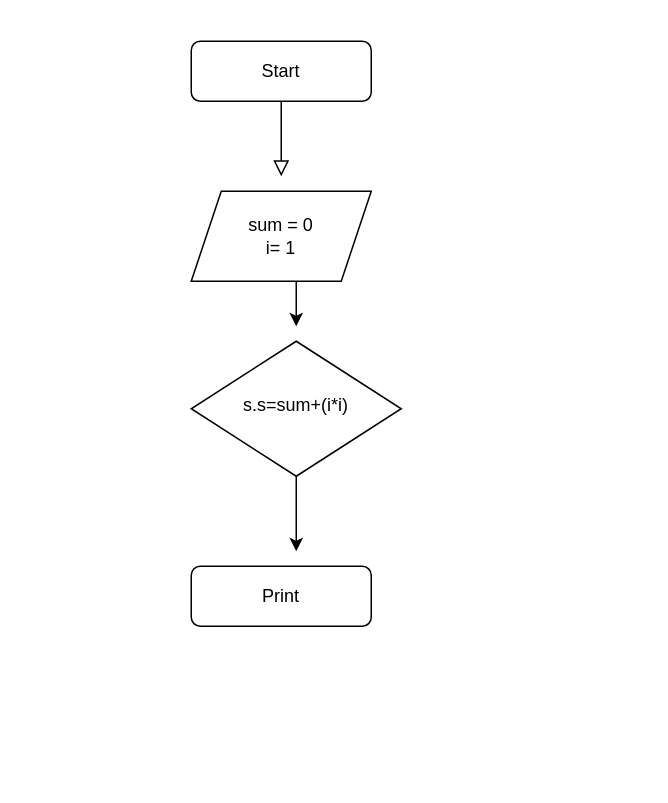
Above: Untitled Diagram.drawio in shakl/django (draw.io), before the change. Source tidied: cells renumbered, new cells numbered last; positions are measured from the earlier drawing's top-left corner, leaving out a move shared by most shapes. Both pictures are drawn from the tidied source at 150%, with x=0, y=0 at pixel (190, 40).
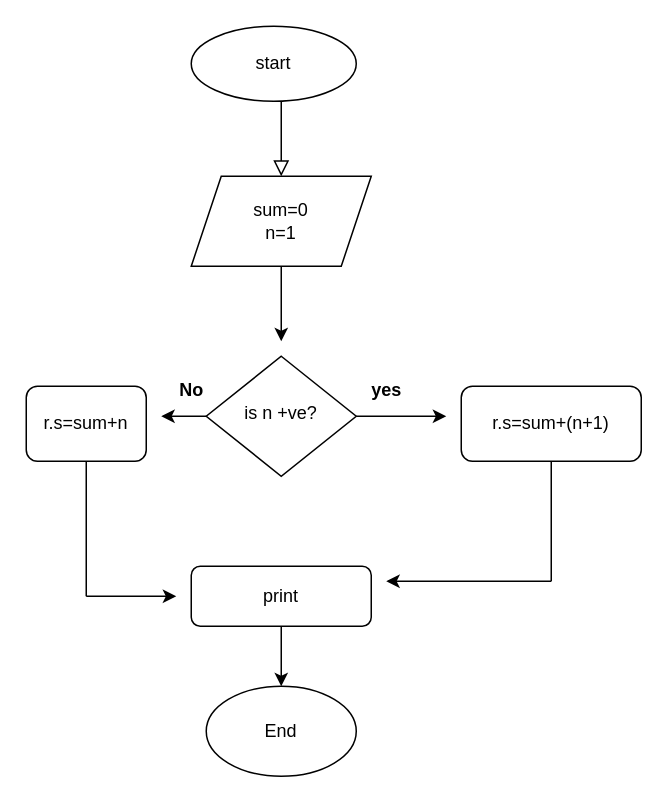
The same diagram, later.

The edit, as a diff of the source:
```diff
@@
-    <mxCell id="2" style="rounded=0;html=1;jettySize=auto;fontSize=11;endArrow=block;endFill=0;endSize=8;strokeWidth=1;shadow=0;labelBackgroundColor=none;edgeStyle=orthogonalEdgeStyle;" parent="1" edge="1" source="3">
+    <mxCell id="2" style="rounded=0;html=1;jettySize=auto;orthogonalLoop=1;fontSize=11;endArrow=block;endFill=0;endSize=8;strokeWidth=1;shadow=0;labelBackgroundColor=none;edgeStyle=orthogonalEdgeStyle;" parent="1" edge="1">
       <mxGeometry relative="1" as="geometry">
+        <mxPoint x="60" y="40" as="sourcePoint" />
         <mxPoint x="60" y="90" as="targetPoint" />
       </mxGeometry>
     </mxCell>
-    <mxCell id="3" value="Start" style="rounded=1;whiteSpace=wrap;html=1;fontSize=12;glass=0;strokeWidth=1;shadow=0;" parent="1" vertex="1">
-      <mxGeometry width="120" height="40" as="geometry" />
-    </mxCell>
-    <mxCell id="4" value="s.s=sum+(i*i)" style="rhombus;whiteSpace=wrap;html=1;shadow=0;fontFamily=Helvetica;fontSize=12;align=center;strokeWidth=1;spacing=6;spacingTop=-4;" parent="1" vertex="1">
-      <mxGeometry y="200" width="140" height="90" as="geometry" />
+    <mxCell id="4" value="is n +ve?" style="rhombus;whiteSpace=wrap;html=1;shadow=0;fontFamily=Helvetica;fontSize=12;align=center;strokeWidth=1;spacing=6;spacingTop=-4;" parent="1" vertex="1">
+      <mxGeometry x="10" y="210" width="100" height="80" as="geometry" />
     </mxCell>
-    <mxCell id="5" value="Print" style="rounded=1;whiteSpace=wrap;html=1;fontSize=12;glass=0;strokeWidth=1;shadow=0;" parent="1" vertex="1">
+    <mxCell id="5" value="print" style="rounded=1;whiteSpace=wrap;html=1;fontSize=12;glass=0;strokeWidth=1;shadow=0;" parent="1" vertex="1">
       <mxGeometry y="350" width="120" height="40" as="geometry" />
     </mxCell>
-    <mxCell id="6" value="sum = 0&lt;br&gt;i= 1" style="shape=parallelogram;perimeter=parallelogramPerimeter;whiteSpace=wrap;html=1;fixedSize=1;" parent="1" vertex="1">
-      <mxGeometry y="100" width="120" height="60" as="geometry" />
-    </mxCell>
-    <mxCell id="7" style="endArrow=classic;html=1;rounded=0;" parent="1" edge="1">
-      <mxGeometry relative="1" as="geometry">
-        <mxPoint x="70" y="290" as="sourcePoint" />
-        <mxPoint x="70" y="340" as="targetPoint" />
-      </mxGeometry>
-    </mxCell>
-    <mxCell id="8" style="endArrow=classic;html=1;rounded=0;" parent="1" edge="1">
-      <mxGeometry relative="1" as="geometry">
-        <mxPoint x="70" y="160" as="sourcePoint" />
-        <mxPoint x="70" y="190" as="targetPoint" />
-      </mxGeometry>
-    </mxCell>
+    <mxCell id="9" value="start" style="ellipse;whiteSpace=wrap;html=1;" parent="1" vertex="1">
+      <mxGeometry y="-10" width="110" height="50" as="geometry" />
+    </mxCell>
+    <mxCell id="10" value="sum=0&lt;br&gt;n=1" style="shape=parallelogram;perimeter=parallelogramPerimeter;whiteSpace=wrap;html=1;fixedSize=1;" parent="1" vertex="1">
+      <mxGeometry y="90" width="120" height="60" as="geometry" />
+    </mxCell>
+    <mxCell id="11" value="r.s=sum+(n+1)" style="rounded=1;whiteSpace=wrap;html=1;" parent="1" vertex="1">
+      <mxGeometry x="180" y="230" width="120" height="50" as="geometry" />
+    </mxCell>
+    <mxCell id="12" value="r.s=sum+n" style="rounded=1;whiteSpace=wrap;html=1;" parent="1" vertex="1">
+      <mxGeometry x="-110" y="230" width="80" height="50" as="geometry" />
+    </mxCell>
+    <mxCell id="13" style="endArrow=classic;html=1;rounded=0;" parent="1" edge="1">
+      <mxGeometry relative="1" as="geometry">
+        <mxPoint x="110" y="250" as="sourcePoint" />
+        <mxPoint x="170" y="250" as="targetPoint" />
+      </mxGeometry>
+    </mxCell>
+    <mxCell id="14" style="endArrow=classic;html=1;rounded=0;" parent="1" edge="1">
+      <mxGeometry relative="1" as="geometry">
+        <mxPoint x="10" y="250" as="sourcePoint" />
+        <mxPoint x="-20" y="250" as="targetPoint" />
+      </mxGeometry>
+    </mxCell>
+    <mxCell id="15" style="endArrow=classic;html=1;rounded=0;" parent="1" edge="1">
+      <mxGeometry relative="1" as="geometry">
+        <mxPoint x="60" y="150" as="sourcePoint" />
+        <mxPoint x="60" y="200" as="targetPoint" />
+      </mxGeometry>
+    </mxCell>
+    <mxCell id="16" style="endArrow=none;html=1;rounded=0;" parent="1" edge="1">
+      <mxGeometry relative="1" as="geometry">
+        <mxPoint x="240" y="280" as="sourcePoint" />
+        <mxPoint x="240" y="360" as="targetPoint" />
+      </mxGeometry>
+    </mxCell>
+    <mxCell id="17" style="endArrow=none;html=1;rounded=0;" parent="1" edge="1">
+      <mxGeometry relative="1" as="geometry">
+        <mxPoint x="-70" y="370" as="sourcePoint" />
+        <mxPoint x="-70" y="280" as="targetPoint" />
+      </mxGeometry>
+    </mxCell>
+    <mxCell id="18" style="endArrow=classic;html=1;rounded=0;" parent="1" edge="1">
+      <mxGeometry relative="1" as="geometry">
+        <mxPoint x="-70" y="370" as="sourcePoint" />
+        <mxPoint x="-10" y="370" as="targetPoint" />
+      </mxGeometry>
+    </mxCell>
+    <mxCell id="19" style="endArrow=classic;html=1;rounded=0;" parent="1" edge="1">
+      <mxGeometry relative="1" as="geometry">
+        <mxPoint x="240" y="360" as="sourcePoint" />
+        <mxPoint x="130" y="360" as="targetPoint" />
+      </mxGeometry>
+    </mxCell>
+    <mxCell id="20" value="&lt;b&gt;yes&lt;/b&gt;" style="text;html=1;align=center;verticalAlign=middle;strokeColor=none;fillColor=none;" parent="1" vertex="1">
+      <mxGeometry x="110" y="218" width="40" height="30" as="geometry" />
+    </mxCell>
+    <mxCell id="21" value="&lt;b&gt;No&lt;/b&gt;" style="text;html=1;align=center;verticalAlign=middle;strokeColor=none;fillColor=none;" parent="1" vertex="1">
+      <mxGeometry x="-20" y="218" width="40" height="30" as="geometry" />
+    </mxCell>
+    <mxCell id="22" style="endArrow=classic;html=1;rounded=0;" parent="1" edge="1">
+      <mxGeometry relative="1" as="geometry">
+        <mxPoint x="60" y="390" as="sourcePoint" />
+        <mxPoint x="60" y="430" as="targetPoint" />
+      </mxGeometry>
+    </mxCell>
+    <mxCell id="23" value="End" style="ellipse;whiteSpace=wrap;html=1;" parent="1" vertex="1">
+      <mxGeometry x="10" y="430" width="100" height="60" as="geometry" />
+    </mxCell>
```
